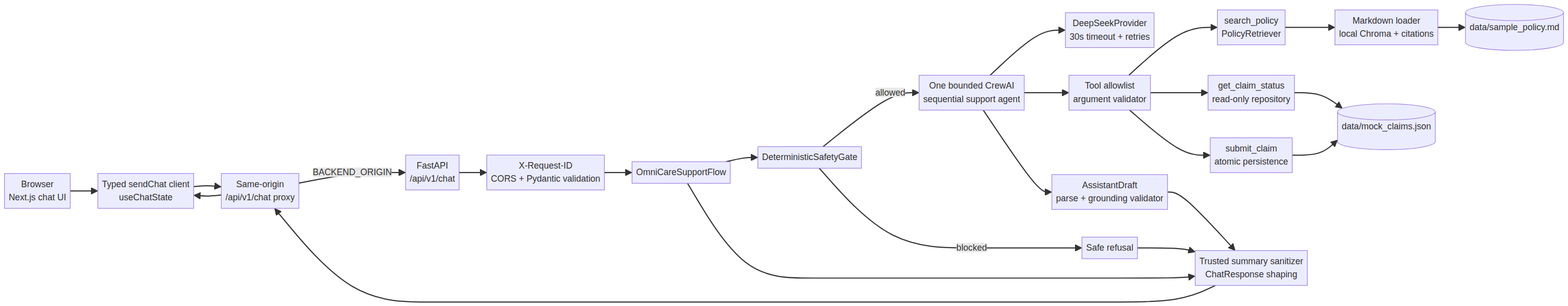
This is docs/architecture.png from Nouran99/omnicare-financial-customer-assistant, a Mermaid export, as it was before one commit. Its source is kept beside it as docs/architecture.mmd.
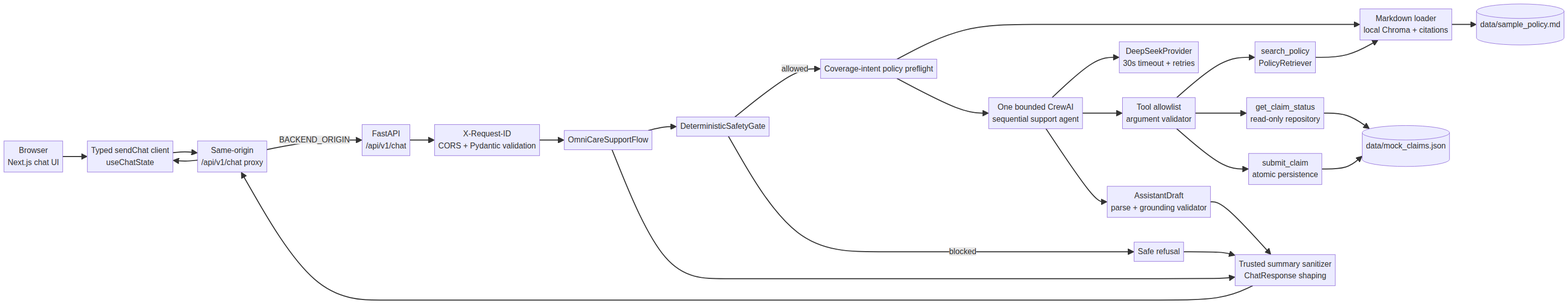
Above is the later version.

The edit, as a diff of the source:
```diff
@@ -5,12 +5,14 @@
     API --> Boundary[X-Request-ID\nCORS + Pydantic validation]
     Boundary --> Flow[OmniCareSupportFlow]
     Flow --> Gate[DeterministicSafetyGate]
-    Gate -->|allowed| Crew[One bounded CrewAI\nsequential support agent]
+    Gate -->|allowed| Preflight[Coverage-intent policy preflight]
     Gate -->|blocked| Safe[Safe refusal]
+    Preflight --> RAG[Markdown loader\nlocal Chroma + citations]
+    Preflight --> Crew[One bounded CrewAI\nsequential support agent]
     Crew --> Provider[DeepSeekProvider\n30s timeout + retries]
     Crew --> Guard[Tool allowlist\nargument validator]
     Guard --> Policy[search_policy\nPolicyRetriever]
-    Policy --> RAG[Markdown loader\nlocal Chroma + citations]
+    Policy --> RAG
     RAG --> PolicyData[(data/sample_policy.md)]
     Guard --> Status[get_claim_status\nread-only repository]
     Status --> ClaimsData[(data/mock_claims.json)]
```
